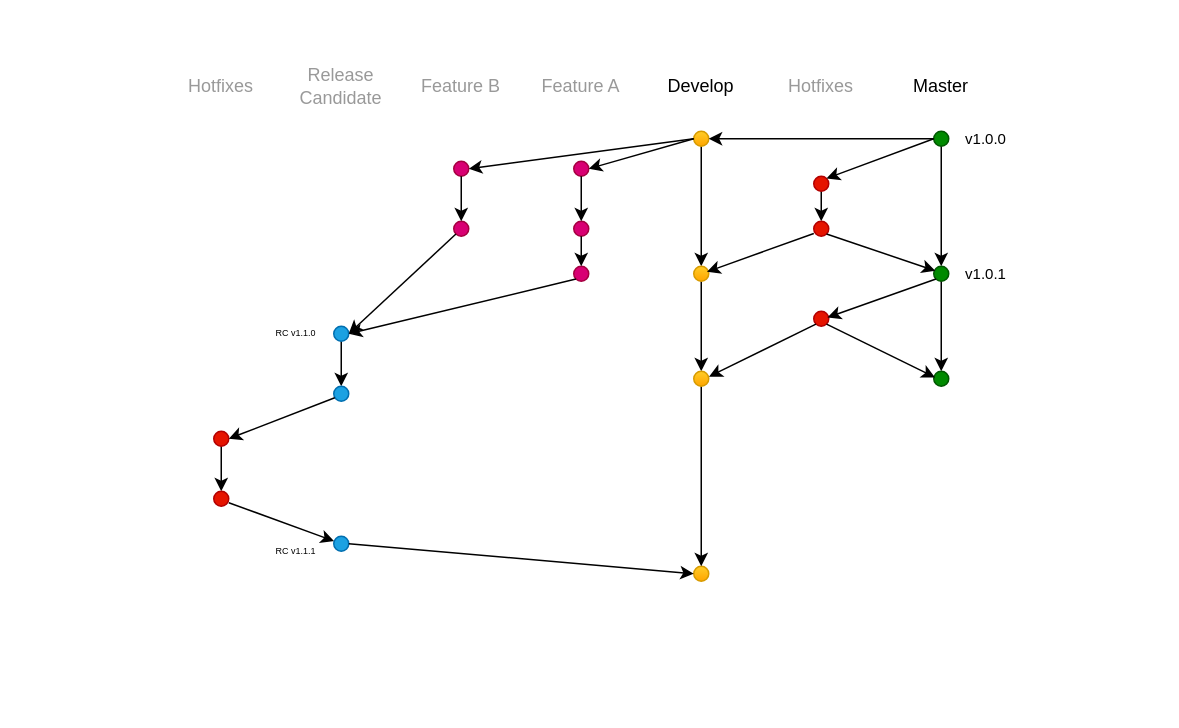
This is page "Page-1" (1 of 2) of gitflow1.drawio from bigkernel/docs, a draw.io file, before an edit. Source tidied: cells renumbered, new cells numbered last; positions are measured from the earlier drawing's top-left corner, leaving out a move shared by most shapes. Both pictures are drawn from the tidied source at 150%, with x=0, y=0 at pixel (176, 70).
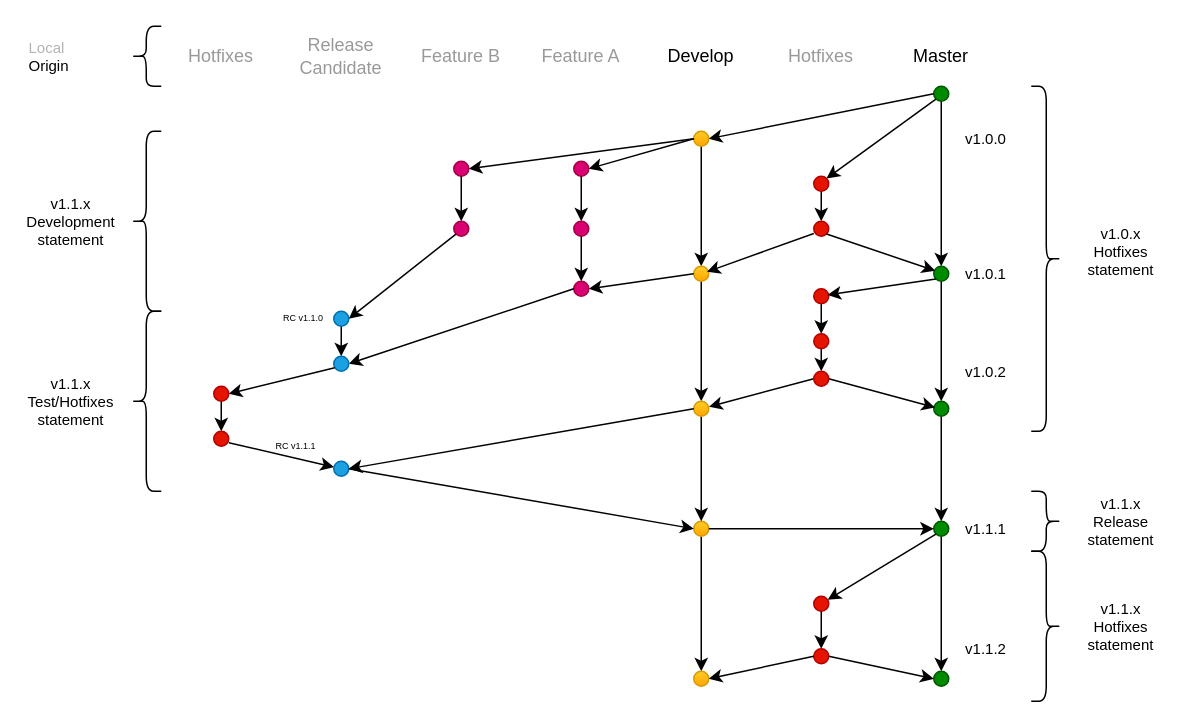
The same diagram, later.

Unchanged cells that the change refers to:
```xml
<mxCell id="40" style="ellipse;whiteSpace=wrap;html=1;fillColor=#ffcd28;strokeColor=#d79b00;gradientColor=#ffa500;" parent="1" vertex="1">
  <mxGeometry x="345" y="130" width="10" height="10" as="geometry" />
</mxCell>
<mxCell id="45" style="ellipse;whiteSpace=wrap;html=1;fillColor=#e51400;strokeColor=#B20000;fontColor=#ffffff;" parent="1" vertex="1">
  <mxGeometry x="425" y="70" width="10" height="10" as="geometry" />
</mxCell>
```

The edit, as a diff of the source:
```diff
@@
     <mxCell id="2" value="Master" style="text;html=1;strokeColor=none;fillColor=none;align=center;verticalAlign=middle;whiteSpace=wrap;rounded=0;" parent="1" vertex="1">
-      <mxGeometry x="490" width="40" height="20" as="geometry" />
+      <mxGeometry x="490" y="-20" width="40" height="20" as="geometry" />
     </mxCell>
     <mxCell id="3" value="Release Candidate" style="text;html=1;strokeColor=none;fillColor=none;align=center;verticalAlign=middle;whiteSpace=wrap;rounded=0;fontColor=#999999;" parent="1" vertex="1">
-      <mxGeometry x="90" width="40" height="20" as="geometry" />
+      <mxGeometry x="90" y="-20" width="40" height="20" as="geometry" />
     </mxCell>
     <mxCell id="4" value="Feature A" style="text;html=1;strokeColor=none;fillColor=none;align=center;verticalAlign=middle;whiteSpace=wrap;rounded=0;fontColor=#999999;" parent="1" vertex="1">
-      <mxGeometry x="240" width="60" height="20" as="geometry" />
+      <mxGeometry x="240" y="-20" width="60" height="20" as="geometry" />
     </mxCell>
     <mxCell id="5" value="Develop" style="text;html=1;strokeColor=none;fillColor=none;align=center;verticalAlign=middle;whiteSpace=wrap;rounded=0;" parent="1" vertex="1">
-      <mxGeometry x="330" width="40" height="20" as="geometry" />
+      <mxGeometry x="330" y="-20" width="40" height="20" as="geometry" />
     </mxCell>
     <mxCell id="6" value="Hotfixes" style="text;html=1;strokeColor=none;fillColor=none;align=center;verticalAlign=middle;whiteSpace=wrap;rounded=0;fontColor=#999999;" parent="1" vertex="1">
-      <mxGeometry width="60" height="20" as="geometry" />
+      <mxGeometry y="-20" width="60" height="20" as="geometry" />
     </mxCell>
@@
     <mxCell id="8" style="ellipse;whiteSpace=wrap;html=1;fillColor=#008a00;strokeColor=#005700;fontColor=#ffffff;" parent="1" vertex="1">
-      <mxGeometry x="505" y="40" width="10" height="10" as="geometry" />
+      <mxGeometry x="505" y="10" width="10" height="10" as="geometry" />
     </mxCell>
@@
     <mxCell id="12" value="Feature B" style="text;html=1;strokeColor=none;fillColor=none;align=center;verticalAlign=middle;whiteSpace=wrap;rounded=0;fontColor=#999999;" parent="1" vertex="1">
-      <mxGeometry x="160" width="60" height="20" as="geometry" />
+      <mxGeometry x="160" y="-20" width="60" height="20" as="geometry" />
     </mxCell>
@@
     <mxCell id="19" style="ellipse;whiteSpace=wrap;html=1;fillColor=#d80073;strokeColor=#A50040;fontColor=#ffffff;" parent="1" vertex="1">
-      <mxGeometry x="265" y="130" width="10" height="10" as="geometry" />
+      <mxGeometry x="265" y="140" width="10" height="10" as="geometry" />
     </mxCell>
@@
     <mxCell id="25" style="ellipse;whiteSpace=wrap;html=1;fillColor=#1ba1e2;strokeColor=#006EAF;fontColor=#ffffff;" parent="1" vertex="1">
-      <mxGeometry x="105" y="170" width="10" height="10" as="geometry" />
+      <mxGeometry x="105" y="160" width="10" height="10" as="geometry" />
     </mxCell>
@@
-    <mxCell id="27" style="endArrow=classic;html=1;exitX=0;exitY=1;exitDx=0;exitDy=0;entryX=1;entryY=0.5;entryDx=0;entryDy=0;elbow=vertical;" parent="1" edge="1" source="19" target="25">
+    <mxCell id="27" style="endArrow=classic;html=1;exitX=0;exitY=0.5;exitDx=0;exitDy=0;entryX=1;entryY=0.5;entryDx=0;entryDy=0;elbow=vertical;" parent="1" edge="1" source="19" target="30">
       <mxGeometry relative="1" as="geometry" />
     </mxCell>
     <mxCell id="28" value="RC v1.1.0" style="text;html=1;strokeColor=none;fillColor=none;align=center;verticalAlign=middle;whiteSpace=wrap;rounded=0;fontSize=6;" parent="1" vertex="1">
-      <mxGeometry x="60" y="165" width="40" height="20" as="geometry" />
+      <mxGeometry x="65" y="155" width="40" height="20" as="geometry" />
     </mxCell>
@@
     <mxCell id="30" style="ellipse;whiteSpace=wrap;html=1;fillColor=#1ba1e2;strokeColor=#006EAF;fontColor=#ffffff;" parent="1" vertex="1">
-      <mxGeometry x="105" y="210" width="10" height="10" as="geometry" />
+      <mxGeometry x="105" y="190" width="10" height="10" as="geometry" />
     </mxCell>
@@
     <mxCell id="32" style="ellipse;whiteSpace=wrap;html=1;fillColor=#e51400;strokeColor=#B20000;fontColor=#ffffff;" parent="1" vertex="1">
-      <mxGeometry x="25" y="240" width="10" height="10" as="geometry" />
+      <mxGeometry x="25" y="210" width="10" height="10" as="geometry" />
     </mxCell>
@@
     <mxCell id="34" style="ellipse;whiteSpace=wrap;html=1;fillColor=#1ba1e2;strokeColor=#006EAF;fontColor=#ffffff;" parent="1" vertex="1">
-      <mxGeometry x="105" y="310" width="10" height="10" as="geometry" />
+      <mxGeometry x="105" y="260" width="10" height="10" as="geometry" />
     </mxCell>
     <mxCell id="35" style="ellipse;whiteSpace=wrap;html=1;fillColor=#e51400;strokeColor=#B20000;fontColor=#ffffff;" parent="1" vertex="1">
-      <mxGeometry x="25" y="280" width="10" height="10" as="geometry" />
+      <mxGeometry x="25" y="240" width="10" height="10" as="geometry" />
     </mxCell>
     <mxCell id="36" value="RC v1.1.1" style="text;html=1;strokeColor=none;fillColor=none;align=center;verticalAlign=middle;whiteSpace=wrap;rounded=0;fontSize=6;" parent="1" vertex="1">
-      <mxGeometry x="60" y="310" width="40" height="20" as="geometry" />
+      <mxGeometry x="60" y="240" width="40" height="20" as="geometry" />
     </mxCell>
+    <mxCell id="58" style="edgeStyle=none;rounded=0;jettySize=auto;html=1;fontSize=10;fontColor=#000000;" parent="1" edge="1" source="37" target="70">
+      <mxGeometry relative="1" as="geometry" />
+    </mxCell>
     <mxCell id="37" style="ellipse;whiteSpace=wrap;html=1;fillColor=#ffcd28;strokeColor=#d79b00;gradientColor=#ffa500;" parent="1" vertex="1">
-      <mxGeometry x="345" y="330" width="10" height="10" as="geometry" />
+      <mxGeometry x="345" y="300" width="10" height="10" as="geometry" />
     </mxCell>
@@
     <mxCell id="42" style="ellipse;whiteSpace=wrap;html=1;fillColor=#ffcd28;strokeColor=#d79b00;gradientColor=#ffa500;" parent="1" vertex="1">
-      <mxGeometry x="345" y="200" width="10" height="10" as="geometry" />
+      <mxGeometry x="345" y="220" width="10" height="10" as="geometry" />
     </mxCell>
     <mxCell id="43" value="Hotfixes" style="text;html=1;strokeColor=none;fillColor=none;align=center;verticalAlign=middle;whiteSpace=wrap;rounded=0;fontColor=#999999;" parent="1" vertex="1">
-      <mxGeometry x="400" width="60" height="20" as="geometry" />
+      <mxGeometry x="400" y="-20" width="60" height="20" as="geometry" />
     </mxCell>
@@
-    <mxCell id="46" style="endArrow=classic;html=1;exitX=0;exitY=0.5;exitDx=0;exitDy=0;entryX=1;entryY=0;entryDx=0;entryDy=0;" parent="1" edge="1" source="8" target="45">
+    <mxCell id="46" style="endArrow=classic;html=1;exitX=0;exitY=1;exitDx=0;exitDy=0;entryX=1;entryY=0;entryDx=0;entryDy=0;" parent="1" edge="1" source="8" target="45">
       <mxGeometry relative="1" as="geometry" />
     </mxCell>
@@
+    <mxCell id="59" style="edgeStyle=none;rounded=0;jettySize=auto;html=1;fontSize=10;fontColor=#000000;" parent="1" edge="1" source="53" target="87">
+      <mxGeometry relative="1" as="geometry" />
+    </mxCell>
     <mxCell id="53" style="ellipse;whiteSpace=wrap;html=1;fillColor=#e51400;strokeColor=#B20000;fontColor=#ffffff;" parent="1" vertex="1">
-      <mxGeometry x="425" y="160" width="10" height="10" as="geometry" />
+      <mxGeometry x="425" y="145" width="10" height="10" as="geometry" />
     </mxCell>
@@
+    <mxCell id="60" style="edgeStyle=none;rounded=0;jettySize=auto;html=1;fontSize=10;fontColor=#000000;" parent="1" edge="1" source="55" target="63">
+      <mxGeometry relative="1" as="geometry" />
+    </mxCell>
     <mxCell id="55" style="ellipse;whiteSpace=wrap;html=1;fillColor=#008a00;strokeColor=#005700;fontColor=#ffffff;" parent="1" vertex="1">
-      <mxGeometry x="505" y="200" width="10" height="10" as="geometry" />
+      <mxGeometry x="505" y="220" width="10" height="10" as="geometry" />
     </mxCell>
-    <mxCell id="56" style="endArrow=classic;html=1;exitX=1;exitY=1;exitDx=0;exitDy=0;entryX=0.084;entryY=0.41;entryDx=0;entryDy=0;entryPerimeter=0;" parent="1" edge="1" source="53" target="55">
+    <mxCell id="56" style="endArrow=classic;html=1;entryX=0.084;entryY=0.41;entryDx=0;entryDy=0;entryPerimeter=0;exitX=1;exitY=0.5;exitDx=0;exitDy=0;" parent="1" edge="1" source="88" target="55">
       <mxGeometry relative="1" as="geometry" />
     </mxCell>
-    <mxCell id="57" style="endArrow=classic;html=1;exitX=0;exitY=1;exitDx=0;exitDy=0;entryX=1.019;entryY=0.361;entryDx=0;entryDy=0;entryPerimeter=0;" parent="1" edge="1" source="53" target="42">
+    <mxCell id="57" style="endArrow=classic;html=1;entryX=1.019;entryY=0.361;entryDx=0;entryDy=0;entryPerimeter=0;exitX=0;exitY=0.5;exitDx=0;exitDy=0;" parent="1" edge="1" source="88" target="42">
       <mxGeometry relative="1" as="geometry" />
     </mxCell>
+    <mxCell id="61" value="v1.0.2" style="text;html=1;strokeColor=none;fillColor=none;align=center;verticalAlign=middle;whiteSpace=wrap;rounded=0;fontSize=10;" parent="1" vertex="1">
+      <mxGeometry x="520" y="190" width="40" height="20" as="geometry" />
+    </mxCell>
+    <mxCell id="62" style="edgeStyle=none;rounded=0;jettySize=auto;html=1;fontSize=10;fontColor=#000000;" parent="1" edge="1" source="63" target="71">
+      <mxGeometry relative="1" as="geometry" />
+    </mxCell>
+    <mxCell id="63" style="ellipse;whiteSpace=wrap;html=1;fillColor=#008a00;strokeColor=#005700;fontColor=#ffffff;" parent="1" vertex="1">
+      <mxGeometry x="505" y="300" width="10" height="10" as="geometry" />
+    </mxCell>
+    <mxCell id="64" style="edgeStyle=none;rounded=0;jettySize=auto;html=1;fontSize=10;fontColor=#000000;exitX=1;exitY=0.5;exitDx=0;exitDy=0;entryX=0;entryY=0.5;entryDx=0;entryDy=0;" parent="1" edge="1" source="37" target="63">
+      <mxGeometry relative="1" as="geometry" />
+    </mxCell>
+    <mxCell id="65" value="v1.1.1" style="text;html=1;strokeColor=none;fillColor=none;align=center;verticalAlign=middle;whiteSpace=wrap;rounded=0;fontSize=10;" parent="1" vertex="1">
+      <mxGeometry x="520" y="295" width="40" height="20" as="geometry" />
+    </mxCell>
+    <mxCell id="66" style="edgeStyle=none;rounded=0;jettySize=auto;html=1;fontSize=10;fontColor=#000000;exitX=0;exitY=1;exitDx=0;exitDy=0;" parent="1" edge="1" source="63" target="67">
+      <mxGeometry relative="1" as="geometry" />
+    </mxCell>
+    <mxCell id="67" style="ellipse;whiteSpace=wrap;html=1;fillColor=#e51400;strokeColor=#B20000;fontColor=#ffffff;" parent="1" vertex="1">
+      <mxGeometry x="425" y="350" width="10" height="10" as="geometry" />
+    </mxCell>
+    <mxCell id="68" style="edgeStyle=none;rounded=0;jettySize=auto;html=1;fontSize=10;fontColor=#000000;exitX=0.5;exitY=1;exitDx=0;exitDy=0;" parent="1" edge="1" source="67" target="69">
+      <mxGeometry relative="1" as="geometry" />
+    </mxCell>
+    <mxCell id="69" style="ellipse;whiteSpace=wrap;html=1;fillColor=#e51400;strokeColor=#B20000;fontColor=#ffffff;" parent="1" vertex="1">
+      <mxGeometry x="425" y="385" width="10" height="10" as="geometry" />
+    </mxCell>
+    <mxCell id="70" style="ellipse;whiteSpace=wrap;html=1;fillColor=#ffcd28;strokeColor=#d79b00;gradientColor=#ffa500;" parent="1" vertex="1">
+      <mxGeometry x="345" y="400" width="10" height="10" as="geometry" />
+    </mxCell>
+    <mxCell id="71" style="ellipse;whiteSpace=wrap;html=1;fillColor=#008a00;strokeColor=#005700;fontColor=#ffffff;" parent="1" vertex="1">
+      <mxGeometry x="505" y="400" width="10" height="10" as="geometry" />
+    </mxCell>
+    <mxCell id="72" style="edgeStyle=none;rounded=0;jettySize=auto;html=1;fontSize=10;fontColor=#000000;exitX=1;exitY=0.5;exitDx=0;exitDy=0;entryX=0;entryY=0.5;entryDx=0;entryDy=0;" parent="1" edge="1" source="69" target="71">
+      <mxGeometry relative="1" as="geometry" />
+    </mxCell>
+    <mxCell id="73" style="edgeStyle=none;rounded=0;jettySize=auto;html=1;fontSize=10;fontColor=#000000;exitX=0;exitY=0.5;exitDx=0;exitDy=0;entryX=1;entryY=0.5;entryDx=0;entryDy=0;" parent="1" edge="1" source="69" target="70">
+      <mxGeometry relative="1" as="geometry" />
+    </mxCell>
+    <mxCell id="74" value="v1.1.2" style="text;html=1;strokeColor=none;fillColor=none;align=center;verticalAlign=middle;whiteSpace=wrap;rounded=0;fontSize=10;" parent="1" vertex="1">
+      <mxGeometry x="520" y="375" width="40" height="20" as="geometry" />
+    </mxCell>
+    <mxCell id="75" style="shape=curlyBracket;whiteSpace=wrap;html=1;rounded=1;fontSize=10;fontColor=#000000;" parent="1" vertex="1">
+      <mxGeometry x="-30" y="40" width="20" height="120" as="geometry" />
+    </mxCell>
+    <mxCell id="76" value="v1.1.x Development statement" style="text;html=1;strokeColor=none;fillColor=none;align=center;verticalAlign=middle;whiteSpace=wrap;rounded=0;fontSize=10;fontColor=#000000;" parent="1" vertex="1">
+      <mxGeometry x="-90" y="90" width="40" height="20" as="geometry" />
+    </mxCell>
+    <mxCell id="77" style="shape=curlyBracket;whiteSpace=wrap;html=1;rounded=1;fontSize=10;fontColor=#000000;" parent="1" vertex="1">
+      <mxGeometry x="-30" y="160" width="20" height="120" as="geometry" />
+    </mxCell>
+    <mxCell id="78" value="v1.1.x Test/Hotfixes statement" style="text;html=1;strokeColor=none;fillColor=none;align=center;verticalAlign=middle;whiteSpace=wrap;rounded=0;fontSize=10;fontColor=#000000;" parent="1" vertex="1">
+      <mxGeometry x="-90" y="210" width="40" height="20" as="geometry" />
+    </mxCell>
+    <mxCell id="79" style="shape=curlyBracket;whiteSpace=wrap;html=1;rounded=1;fontSize=10;fontColor=#000000;direction=west;" parent="1" vertex="1">
+      <mxGeometry x="570" y="280" width="20" height="40" as="geometry" />
+    </mxCell>
+    <mxCell id="80" value="v1.1.x Release statement" style="text;html=1;strokeColor=none;fillColor=none;align=center;verticalAlign=middle;whiteSpace=wrap;rounded=0;fontSize=10;fontColor=#000000;" parent="1" vertex="1">
+      <mxGeometry x="610" y="290" width="40" height="20" as="geometry" />
+    </mxCell>
+    <mxCell id="81" style="shape=curlyBracket;whiteSpace=wrap;html=1;rounded=1;fontSize=10;fontColor=#000000;direction=west;" parent="1" vertex="1">
+      <mxGeometry x="570" y="320" width="20" height="100" as="geometry" />
+    </mxCell>
+    <mxCell id="82" value="v1.1.x Hotfixes statement" style="text;html=1;strokeColor=none;fillColor=none;align=center;verticalAlign=middle;whiteSpace=wrap;rounded=0;fontSize=10;fontColor=#000000;" parent="1" vertex="1">
+      <mxGeometry x="610" y="360" width="40" height="20" as="geometry" />
+    </mxCell>
+    <mxCell id="83" style="shape=curlyBracket;whiteSpace=wrap;html=1;rounded=1;fontSize=10;fontColor=#000000;direction=west;" parent="1" vertex="1">
+      <mxGeometry x="570" y="10" width="20" height="230" as="geometry" />
+    </mxCell>
+    <mxCell id="84" value="v1.0.x Hotfixes statement" style="text;html=1;strokeColor=none;fillColor=none;align=center;verticalAlign=middle;whiteSpace=wrap;rounded=0;fontSize=10;fontColor=#000000;" parent="1" vertex="1">
+      <mxGeometry x="610" y="110" width="40" height="20" as="geometry" />
+    </mxCell>
+    <mxCell id="85" style="endArrow=classic;html=1;exitX=0;exitY=0.5;exitDx=0;exitDy=0;elbow=vertical;entryX=1;entryY=0.5;entryDx=0;entryDy=0;" parent="1" edge="1" source="40" target="19">
+      <mxGeometry relative="1" as="geometry" />
+    </mxCell>
+    <mxCell id="86" style="edgeStyle=none;rounded=0;jettySize=auto;html=1;fontSize=10;fontColor=#000000;" parent="1" edge="1" source="87" target="88">
+      <mxGeometry relative="1" as="geometry" />
+    </mxCell>
+    <mxCell id="87" style="ellipse;whiteSpace=wrap;html=1;fillColor=#e51400;strokeColor=#B20000;fontColor=#ffffff;" parent="1" vertex="1">
+      <mxGeometry x="425" y="175" width="10" height="10" as="geometry" />
+    </mxCell>
+    <mxCell id="88" style="ellipse;whiteSpace=wrap;html=1;fillColor=#e51400;strokeColor=#B20000;fontColor=#ffffff;" parent="1" vertex="1">
+      <mxGeometry x="425" y="200" width="10" height="10" as="geometry" />
+    </mxCell>
+    <mxCell id="89" value="&lt;font color=&quot;#b3b3b3&quot;&gt;Local&lt;/font&gt;&lt;br&gt;Origin" style="text;html=1;strokeColor=none;fillColor=none;align=left;verticalAlign=middle;whiteSpace=wrap;rounded=0;fontSize=10;fontColor=#000000;" parent="1" vertex="1">
+      <mxGeometry x="-100" y="-30" width="60" height="40" as="geometry" />
+    </mxCell>
+    <mxCell id="90" style="shape=curlyBracket;whiteSpace=wrap;html=1;rounded=1;fontSize=10;fontColor=#000000;" parent="1" vertex="1">
+      <mxGeometry x="-30" y="-30" width="20" height="40" as="geometry" />
+    </mxCell>
+    <mxCell id="91" style="endArrow=classic;html=1;entryX=1;entryY=0.5;entryDx=0;entryDy=0;exitX=0;exitY=0.5;exitDx=0;exitDy=0;" parent="1" edge="1" source="42" target="34">
+      <mxGeometry relative="1" as="geometry" />
+    </mxCell>
```
